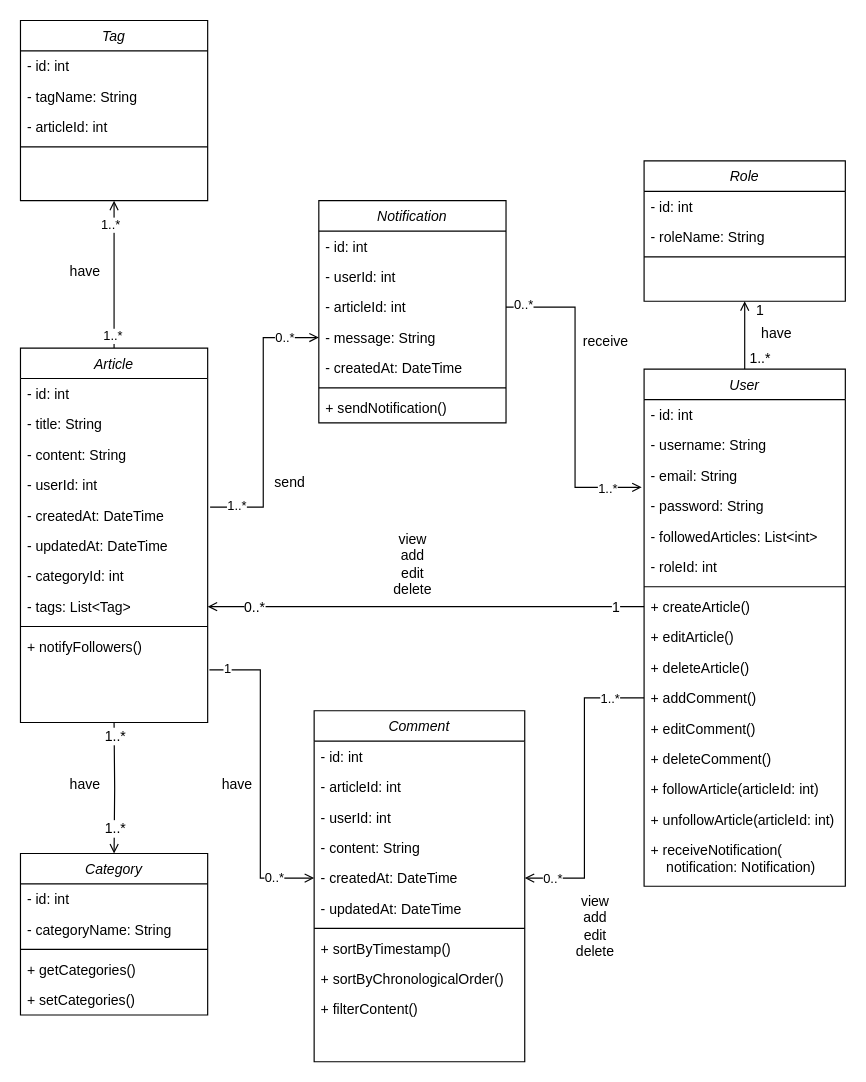
Earlier version of the draw.io diagram UML-Diagramm.drawio (SteffiHe/blog_board_backend). Source tidied: cells renumbered, new cells numbered last; positions are measured from the earlier drawing's top-left corner, leaving out a move shared by most shapes. Both pictures are drawn from the tidied source at 117%, with x=0, y=0 at pixel (20, 20).
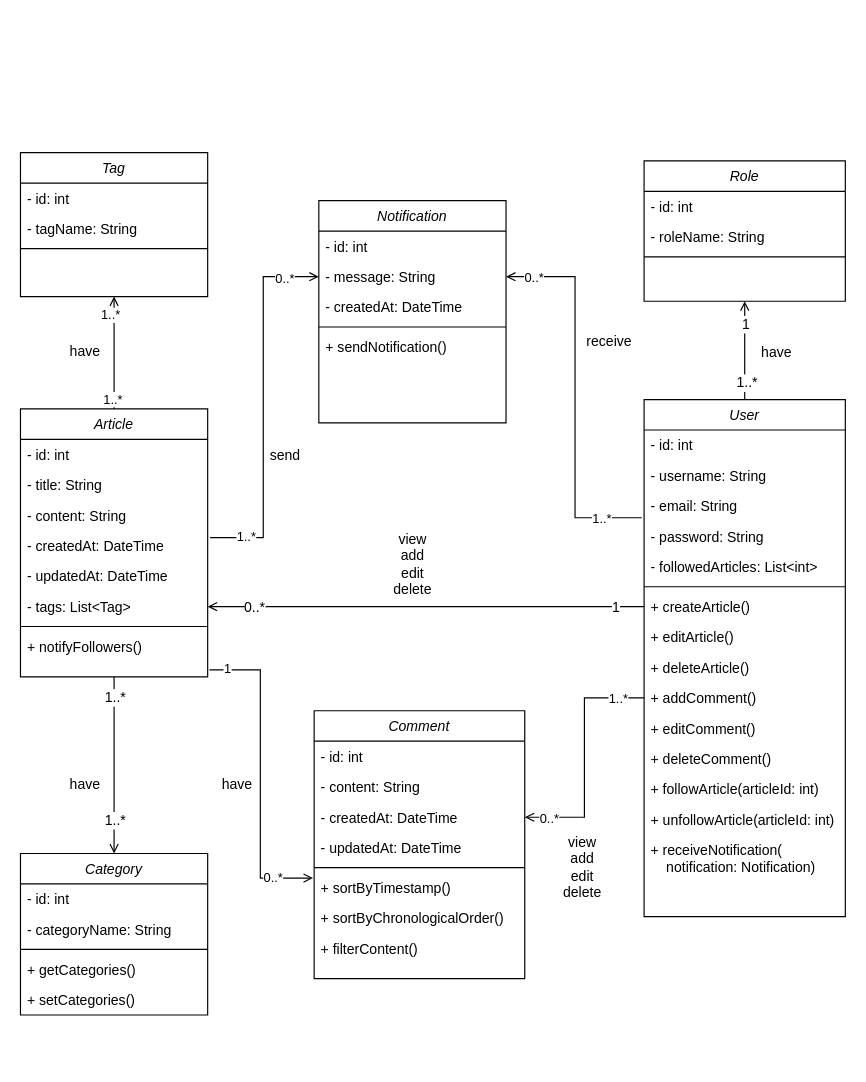
The same diagram, later.

Commit message:
UML-Diagramm aktualisiert

Unchanged cells that the change refers to:
```xml
<mxCell id="2" style="edgeStyle=orthogonalEdgeStyle;rounded=0;jettySize=auto;html=1;endArrow=open;endFill=0;" parent="1" edge="1" source="5" target="56">
  <mxGeometry relative="1" as="geometry" />
</mxCell>
<mxCell id="9" value="- password: String" style="text;align=left;verticalAlign=top;spacingLeft=4;spacingRight=4;overflow=hidden;points=[[0,0.5],[1,0.5]];portConstraint=eastwest;rounded=0;shadow=0;html=0;" parent="5" vertex="1">
  <mxGeometry y="104" width="172" height="26" as="geometry" />
</mxCell>
<mxCell id="50" value="Category" style="swimlane;fontStyle=2;align=center;verticalAlign=top;horizontal=1;startSize=26;rounded=0;shadow=0;strokeWidth=1;" parent="1" vertex="1">
  <mxGeometry y="712" width="160" height="138" as="geometry" />
</mxCell>
<mxCell id="60" value="Notification" style="swimlane;fontStyle=2;align=center;verticalAlign=top;horizontal=1;startSize=26;rounded=0;shadow=0;strokeWidth=1;" parent="1" vertex="1">
  <mxGeometry x="255" y="154" width="160" height="190" as="geometry" />
</mxCell>
<mxCell id="74" style="edgeStyle=orthogonalEdgeStyle;rounded=0;jettySize=auto;html=1;endArrow=open;endFill=0;" parent="1" edge="1" source="16" target="44">
  <mxGeometry relative="1" as="geometry" />
</mxCell>
<mxCell id="80" style="edgeStyle=orthogonalEdgeStyle;rounded=0;jettySize=auto;html=1;endArrow=open;endFill=0;exitX=1.013;exitY=0.231;exitDx=0;exitDy=0;exitPerimeter=0;" parent="1" edge="1" source="30" target="64">
  <mxGeometry relative="1" as="geometry" />
</mxCell>
```

Change to the diagram source:
```diff
@@
     <mxCell id="3" value="1..*" style="edgeLabel;html=1;align=center;verticalAlign=middle;fontSize=12;" parent="2" vertex="1">
       <mxGeometry x="-0.65" relative="1" as="geometry">
-        <mxPoint x="12" as="offset" />
+        <mxPoint x="1" as="offset" />
       </mxGeometry>
     </mxCell>
     <mxCell id="4" value="1" style="edgeLabel;html=1;align=center;verticalAlign=middle;fontSize=12;" parent="2" vertex="1">
       <mxGeometry x="0.5" y="-2" relative="1" as="geometry">
-        <mxPoint x="10" y="-7" as="offset" />
+        <mxPoint x="-2" y="-2" as="offset" />
       </mxGeometry>
     </mxCell>
     <mxCell id="5" value="User" style="swimlane;fontStyle=2;align=center;verticalAlign=top;horizontal=1;startSize=26;rounded=0;shadow=0;strokeWidth=1;" parent="1" vertex="1">
-      <mxGeometry x="533" y="298" width="172" height="442" as="geometry" />
+      <mxGeometry x="533" y="324" width="172" height="442" as="geometry" />
     </mxCell>
@@
-    <mxCell id="11" value="- roleId: int" style="text;align=left;verticalAlign=top;spacingLeft=4;spacingRight=4;overflow=hidden;rounded=0;shadow=0;html=0;" parent="5" vertex="1">
-      <mxGeometry y="156" width="172" height="26" as="geometry" />
-    </mxCell>
     <mxCell id="12" style="line;html=1;strokeWidth=1;align=left;verticalAlign=middle;spacingTop=-1;spacingLeft=3;spacingRight=3;labelPosition=right;" parent="5" vertex="1">
-      <mxGeometry y="182" width="172" height="8" as="geometry" />
+      <mxGeometry y="156" width="172" height="8" as="geometry" />
     </mxCell>
     <mxCell id="13" value="+ createArticle()" style="text;align=left;verticalAlign=top;spacingLeft=4;spacingRight=4;overflow=hidden;points=[[0,0.5],[1,0.5]];portConstraint=eastwest;" parent="5" vertex="1">
-      <mxGeometry y="190" width="172" height="26" as="geometry" />
+      <mxGeometry y="164" width="172" height="26" as="geometry" />
     </mxCell>
     <mxCell id="14" value="+ editArticle()" style="text;align=left;verticalAlign=top;spacingLeft=4;spacingRight=4;overflow=hidden;" parent="5" vertex="1">
-      <mxGeometry y="216" width="172" height="26" as="geometry" />
+      <mxGeometry y="190" width="172" height="26" as="geometry" />
     </mxCell>
     <mxCell id="15" value="+ deleteArticle()" style="text;align=left;verticalAlign=top;spacingLeft=4;spacingRight=4;overflow=hidden;" parent="5" vertex="1">
-      <mxGeometry y="242" width="172" height="26" as="geometry" />
+      <mxGeometry y="216" width="172" height="26" as="geometry" />
     </mxCell>
     <mxCell id="16" value="+ addComment()" style="text;align=left;verticalAlign=top;spacingLeft=4;spacingRight=4;overflow=hidden;points=[[0,0.5],[1,0.5]];portConstraint=eastwest;" parent="5" vertex="1">
-      <mxGeometry y="268" width="172" height="26" as="geometry" />
+      <mxGeometry y="242" width="172" height="26" as="geometry" />
     </mxCell>
     <mxCell id="17" value="+ editComment()" style="text;align=left;verticalAlign=top;spacingLeft=4;spacingRight=4;overflow=hidden;" parent="5" vertex="1">
-      <mxGeometry y="294" width="172" height="26" as="geometry" />
+      <mxGeometry y="268" width="172" height="26" as="geometry" />
     </mxCell>
     <mxCell id="18" value="+ deleteComment()" style="text;align=left;verticalAlign=top;spacingLeft=4;spacingRight=4;overflow=hidden;" parent="5" vertex="1">
-      <mxGeometry y="320" width="172" height="26" as="geometry" />
+      <mxGeometry y="294" width="172" height="26" as="geometry" />
     </mxCell>
     <mxCell id="19" value="+ followArticle(articleId: int)" style="text;align=left;verticalAlign=top;spacingLeft=4;spacingRight=4;overflow=hidden;" parent="5" vertex="1">
-      <mxGeometry y="346" width="172" height="26" as="geometry" />
+      <mxGeometry y="320" width="172" height="26" as="geometry" />
     </mxCell>
     <mxCell id="20" value="+ unfollowArticle(articleId: int)" style="text;align=left;verticalAlign=top;spacingLeft=4;spacingRight=4;overflow=hidden;" parent="5" vertex="1">
-      <mxGeometry y="372" width="172" height="26" as="geometry" />
+      <mxGeometry y="346" width="172" height="26" as="geometry" />
     </mxCell>
     <mxCell id="21" value="+ receiveNotification(&#10;    notification: Notification)" style="text;align=left;verticalAlign=top;spacingLeft=4;spacingRight=4;overflow=hidden;" parent="5" vertex="1">
-      <mxGeometry y="398" width="172" height="44" as="geometry" />
+      <mxGeometry y="372" width="172" height="44" as="geometry" />
     </mxCell>
-    <mxCell id="22" style="edgeStyle=orthogonalEdgeStyle;rounded=0;jettySize=auto;html=1;endArrow=open;endFill=0;" parent="1" edge="1" target="50">
-      <mxGeometry relative="1" as="geometry">
-        <mxPoint x="80" y="600" as="sourcePoint" />
-      </mxGeometry>
+    <mxCell id="22" style="edgeStyle=orthogonalEdgeStyle;rounded=0;jettySize=auto;html=1;endArrow=open;endFill=0;exitX=0.5;exitY=1;exitDx=0;exitDy=0;" parent="1" edge="1" source="25" target="50">
+      <mxGeometry relative="1" as="geometry" />
     </mxCell>
@@
     <mxCell id="25" value="Article" style="swimlane;fontStyle=2;align=center;verticalAlign=top;horizontal=1;startSize=26;rounded=0;shadow=0;strokeWidth=1;" parent="1" vertex="1">
-      <mxGeometry y="280" width="160" height="320" as="geometry" />
+      <mxGeometry y="332" width="160" height="229" as="geometry" />
     </mxCell>
@@
-    <mxCell id="29" value="- userId: int" style="text;align=left;verticalAlign=top;spacingLeft=4;spacingRight=4;overflow=hidden;rounded=0;shadow=0;html=0;" parent="25" vertex="1">
-      <mxGeometry y="104" width="160" height="26" as="geometry" />
-    </mxCell>
     <mxCell id="30" value="- createdAt: DateTime" style="text;align=left;verticalAlign=top;spacingLeft=4;spacingRight=4;overflow=hidden;points=[[0,0.5],[1,0.5]];portConstraint=eastwest;rounded=0;shadow=0;html=0;" parent="25" vertex="1">
-      <mxGeometry y="130" width="160" height="26" as="geometry" />
+      <mxGeometry y="104" width="160" height="26" as="geometry" />
     </mxCell>
     <mxCell id="31" value="- updatedAt: DateTime" style="text;align=left;verticalAlign=top;spacingLeft=4;spacingRight=4;overflow=hidden;rounded=0;shadow=0;html=0;" parent="25" vertex="1">
-      <mxGeometry y="156" width="160" height="26" as="geometry" />
+      <mxGeometry y="130" width="160" height="26" as="geometry" />
     </mxCell>
-    <mxCell id="32" value="- categoryId: int" style="text;align=left;verticalAlign=top;spacingLeft=4;spacingRight=4;overflow=hidden;rounded=0;shadow=0;html=0;" parent="25" vertex="1">
-      <mxGeometry y="182" width="160" height="26" as="geometry" />
-    </mxCell>
     <mxCell id="33" value="- tags: List&lt;Tag&gt;" style="text;align=left;verticalAlign=top;spacingLeft=4;spacingRight=4;overflow=hidden;points=[[0,0.5],[1,0.5]];portConstraint=eastwest;rounded=0;shadow=0;html=0;" parent="25" vertex="1">
-      <mxGeometry y="208" width="160" height="26" as="geometry" />
+      <mxGeometry y="156" width="160" height="26" as="geometry" />
     </mxCell>
     <mxCell id="34" style="line;html=1;strokeWidth=1;align=left;verticalAlign=middle;spacingTop=-1;spacingLeft=3;spacingRight=3;labelPosition=right;" parent="25" vertex="1">
-      <mxGeometry y="234" width="160" height="8" as="geometry" />
+      <mxGeometry y="182" width="160" height="8" as="geometry" />
     </mxCell>
     <mxCell id="35" value="+ notifyFollowers()" style="text;align=left;verticalAlign=top;spacingLeft=4;spacingRight=4;overflow=hidden;" parent="25" vertex="1">
-      <mxGeometry y="242" width="160" height="26" as="geometry" />
+      <mxGeometry y="190" width="160" height="26" as="geometry" />
     </mxCell>
@@
     <mxCell id="39" value="Comment" style="swimlane;fontStyle=2;align=center;verticalAlign=top;horizontal=1;startSize=26;rounded=0;shadow=0;strokeWidth=1;" parent="1" vertex="1">
-      <mxGeometry x="251" y="590" width="180" height="300" as="geometry" />
+      <mxGeometry x="251" y="590" width="180" height="229" as="geometry" />
     </mxCell>
@@
-    <mxCell id="41" value="- articleId: int" style="text;align=left;verticalAlign=top;spacingLeft=4;spacingRight=4;overflow=hidden;" parent="39" vertex="1">
-      <mxGeometry y="52" width="180" height="26" as="geometry" />
-    </mxCell>
-    <mxCell id="42" value="- userId: int" style="text;align=left;verticalAlign=top;spacingLeft=4;spacingRight=4;overflow=hidden;rounded=0;shadow=0;html=0;" parent="39" vertex="1">
-      <mxGeometry y="78" width="180" height="26" as="geometry" />
-    </mxCell>
     <mxCell id="43" value="- content: String" style="text;align=left;verticalAlign=top;spacingLeft=4;spacingRight=4;overflow=hidden;rounded=0;shadow=0;html=0;" parent="39" vertex="1">
-      <mxGeometry y="104" width="180" height="26" as="geometry" />
+      <mxGeometry y="52" width="180" height="26" as="geometry" />
     </mxCell>
     <mxCell id="44" value="- createdAt: DateTime" style="text;align=left;verticalAlign=top;spacingLeft=4;spacingRight=4;overflow=hidden;points=[[0,0.5],[1,0.5]];portConstraint=eastwest;rounded=0;shadow=0;html=0;" parent="39" vertex="1">
-      <mxGeometry y="130" width="180" height="26" as="geometry" />
+      <mxGeometry y="78" width="180" height="26" as="geometry" />
     </mxCell>
     <mxCell id="45" value="- updatedAt: DateTime" style="text;align=left;verticalAlign=top;spacingLeft=4;spacingRight=4;overflow=hidden;rounded=0;shadow=0;html=0;" parent="39" vertex="1">
-      <mxGeometry y="156" width="180" height="26" as="geometry" />
+      <mxGeometry y="104" width="180" height="26" as="geometry" />
     </mxCell>
     <mxCell id="46" style="line;html=1;strokeWidth=1;align=left;verticalAlign=middle;spacingTop=-1;spacingLeft=3;spacingRight=3;labelPosition=right;" parent="39" vertex="1">
-      <mxGeometry y="182" width="180" height="8" as="geometry" />
+      <mxGeometry y="130" width="180" height="8" as="geometry" />
     </mxCell>
     <mxCell id="47" value="+ sortByTimestamp()" style="text;align=left;verticalAlign=top;spacingLeft=4;spacingRight=4;overflow=hidden;" parent="39" vertex="1">
-      <mxGeometry y="190" width="180" height="26" as="geometry" />
+      <mxGeometry y="138" width="180" height="26" as="geometry" />
     </mxCell>
     <mxCell id="48" value="+ sortByChronologicalOrder()" style="text;align=left;verticalAlign=top;spacingLeft=4;spacingRight=4;overflow=hidden;" parent="39" vertex="1">
-      <mxGeometry y="216" width="180" height="26" as="geometry" />
+      <mxGeometry y="164" width="180" height="26" as="geometry" />
     </mxCell>
     <mxCell id="49" value="+ filterContent()" style="text;align=left;verticalAlign=top;spacingLeft=4;spacingRight=4;overflow=hidden;" parent="39" vertex="1">
-      <mxGeometry y="242" width="180" height="26" as="geometry" />
+      <mxGeometry y="190" width="180" height="26" as="geometry" />
     </mxCell>
@@
-    <mxCell id="62" value="- userId: int" style="text;align=left;verticalAlign=top;spacingLeft=4;spacingRight=4;overflow=hidden;rounded=0;shadow=0;html=0;" parent="60" vertex="1">
-      <mxGeometry y="52" width="160" height="26" as="geometry" />
-    </mxCell>
-    <mxCell id="63" value="- articleId: int" style="text;align=left;verticalAlign=top;spacingLeft=4;spacingRight=4;overflow=hidden;points=[[0,0.5],[1,0.5]];portConstraint=eastwest;rounded=0;shadow=0;html=0;" parent="60" vertex="1">
-      <mxGeometry y="78" width="160" height="26" as="geometry" />
-    </mxCell>
     <mxCell id="64" value="- message: String" style="text;align=left;verticalAlign=top;spacingLeft=4;spacingRight=4;overflow=hidden;points=[[0,0.5],[1,0.5]];portConstraint=eastwest;rounded=0;shadow=0;html=0;" parent="60" vertex="1">
-      <mxGeometry y="104" width="160" height="26" as="geometry" />
+      <mxGeometry y="52" width="160" height="26" as="geometry" />
     </mxCell>
     <mxCell id="65" value="- createdAt: DateTime" style="text;align=left;verticalAlign=top;spacingLeft=4;spacingRight=4;overflow=hidden;rounded=0;shadow=0;html=0;" parent="60" vertex="1">
-      <mxGeometry y="130" width="160" height="26" as="geometry" />
+      <mxGeometry y="78" width="160" height="26" as="geometry" />
     </mxCell>
     <mxCell id="66" style="line;html=1;strokeWidth=1;align=left;verticalAlign=middle;spacingTop=-1;spacingLeft=3;spacingRight=3;labelPosition=right;" parent="60" vertex="1">
-      <mxGeometry y="156" width="160" height="8" as="geometry" />
+      <mxGeometry y="104" width="160" height="8" as="geometry" />
     </mxCell>
     <mxCell id="67" value="+ sendNotification()" style="text;align=left;verticalAlign=top;spacingLeft=4;spacingRight=4;overflow=hidden;" parent="60" vertex="1">
-      <mxGeometry y="164" width="160" height="26" as="geometry" />
+      <mxGeometry y="112" width="160" height="26" as="geometry" />
     </mxCell>
     <mxCell id="68" value="Tag" style="swimlane;fontStyle=2;align=center;verticalAlign=top;horizontal=1;startSize=26;rounded=0;shadow=0;strokeWidth=1;" parent="1" vertex="1">
-      <mxGeometry width="160" height="154" as="geometry" />
+      <mxGeometry y="113" width="160" height="123" as="geometry" />
     </mxCell>
@@
-    <mxCell id="71" value="- articleId: int" style="text;align=left;verticalAlign=top;spacingLeft=4;spacingRight=4;overflow=hidden;rounded=0;shadow=0;html=0;" parent="68" vertex="1">
-      <mxGeometry y="78" width="160" height="26" as="geometry" />
-    </mxCell>
     <mxCell id="72" style="line;html=1;strokeWidth=1;align=left;verticalAlign=middle;spacingTop=-1;spacingLeft=3;spacingRight=3;labelPosition=right;" parent="68" vertex="1">
-      <mxGeometry y="104" width="160" height="8" as="geometry" />
+      <mxGeometry y="78" width="160" height="8" as="geometry" />
     </mxCell>
@@
     <mxCell id="76" value="0..*" style="edgeLabel;html=1;align=center;verticalAlign=middle;" parent="74" vertex="1">
       <mxGeometry x="0.68" y="-2" relative="1" as="geometry">
-        <mxPoint x="-18" y="2" as="offset" />
+        <mxPoint x="-13" y="2" as="offset" />
       </mxGeometry>
     </mxCell>
     <mxCell id="77" value="view&lt;div&gt;add&lt;/div&gt;&lt;div&gt;edit&lt;br&gt;&lt;div&gt;delete&lt;/div&gt;&lt;/div&gt;" style="text;html=1;align=center;verticalAlign=middle;strokeColor=none;fillColor=none;" parent="1" vertex="1">
-      <mxGeometry x="461" y="739" width="60" height="70" as="geometry" />
+      <mxGeometry x="450" y="689" width="60" height="70" as="geometry" />
     </mxCell>
     <mxCell id="78" value="have" style="text;html=1;align=center;verticalAlign=middle;strokeColor=none;fillColor=none;" parent="1" vertex="1">
-      <mxGeometry x="621" y="253" width="50" height="30" as="geometry" />
+      <mxGeometry x="621" y="269" width="50" height="30" as="geometry" />
     </mxCell>
@@
     <mxCell id="81" value="0..*" style="edgeLabel;html=1;align=center;verticalAlign=middle;" parent="80" vertex="1">
       <mxGeometry x="0.68" y="2" relative="1" as="geometry">
-        <mxPoint x="8" y="1" as="offset" />
+        <mxPoint x="20" y="-2" as="offset" />
       </mxGeometry>
     </mxCell>
@@
     <mxCell id="83" value="send" style="text;html=1;align=center;verticalAlign=middle;strokeColor=none;fillColor=none;" parent="1" vertex="1">
-      <mxGeometry x="205" y="380" width="50" height="30" as="geometry" />
+      <mxGeometry x="201" y="357" width="50" height="30" as="geometry" />
     </mxCell>
@@
     <mxCell id="87" value="have" style="text;html=1;align=center;verticalAlign=middle;strokeColor=none;fillColor=none;" parent="1" vertex="1">
-      <mxGeometry x="30" y="200" width="50" height="30" as="geometry" />
+      <mxGeometry x="30" y="268" width="50" height="30" as="geometry" />
     </mxCell>
-    <mxCell id="88" style="edgeStyle=orthogonalEdgeStyle;rounded=0;jettySize=auto;html=1;endArrow=none;endFill=0;exitX=-0.012;exitY=-0.115;exitDx=0;exitDy=0;exitPerimeter=0;entryX=1;entryY=0.5;entryDx=0;entryDy=0;startArrow=open;startFill=0;" parent="1" edge="1" source="9" target="63">
+    <mxCell id="88" style="edgeStyle=orthogonalEdgeStyle;rounded=0;jettySize=auto;html=1;endArrow=open;endFill=0;exitX=-0.012;exitY=-0.115;exitDx=0;exitDy=0;exitPerimeter=0;startArrow=none;startFill=0;entryX=1;entryY=0.5;entryDx=0;entryDy=0;" parent="1" edge="1" source="9" target="64">
       <mxGeometry relative="1" as="geometry" />
     </mxCell>
@@
     <mxCell id="90" value="receive" style="text;html=1;align=center;verticalAlign=middle;strokeColor=none;fillColor=none;" parent="1" vertex="1">
-      <mxGeometry x="470" y="260" width="60" height="30" as="geometry" />
+      <mxGeometry x="473" y="260" width="60" height="30" as="geometry" />
     </mxCell>
     <mxCell id="91" value="0..*" style="edgeLabel;html=1;align=center;verticalAlign=middle;" parent="1" vertex="1">
-      <mxGeometry x="509" y="395" as="geometry">
+      <mxGeometry x="518" y="372" as="geometry">
         <mxPoint x="-80" y="-153" as="offset" />
       </mxGeometry>
     </mxCell>
-    <mxCell id="92" style="edgeStyle=orthogonalEdgeStyle;rounded=0;jettySize=auto;html=1;endArrow=open;endFill=0;exitX=1.013;exitY=0.231;exitDx=0;exitDy=0;exitPerimeter=0;entryX=0;entryY=0.5;entryDx=0;entryDy=0;" parent="1" edge="1" target="44">
+    <mxCell id="92" style="edgeStyle=orthogonalEdgeStyle;rounded=0;orthogonalLoop=1;jettySize=auto;html=1;endArrow=open;endFill=0;exitX=1.013;exitY=0.231;exitDx=0;exitDy=0;exitPerimeter=0;" parent="1" edge="1">
       <mxGeometry relative="1" as="geometry">
         <mxPoint x="161.5" y="555" as="sourcePoint" />
+        <mxPoint x="250" y="733" as="targetPoint" />
         <Array as="points">
           <mxPoint x="205" y="555" />
           <mxPoint x="205" y="733" />
         </Array>
       </mxGeometry>
     </mxCell>
```
